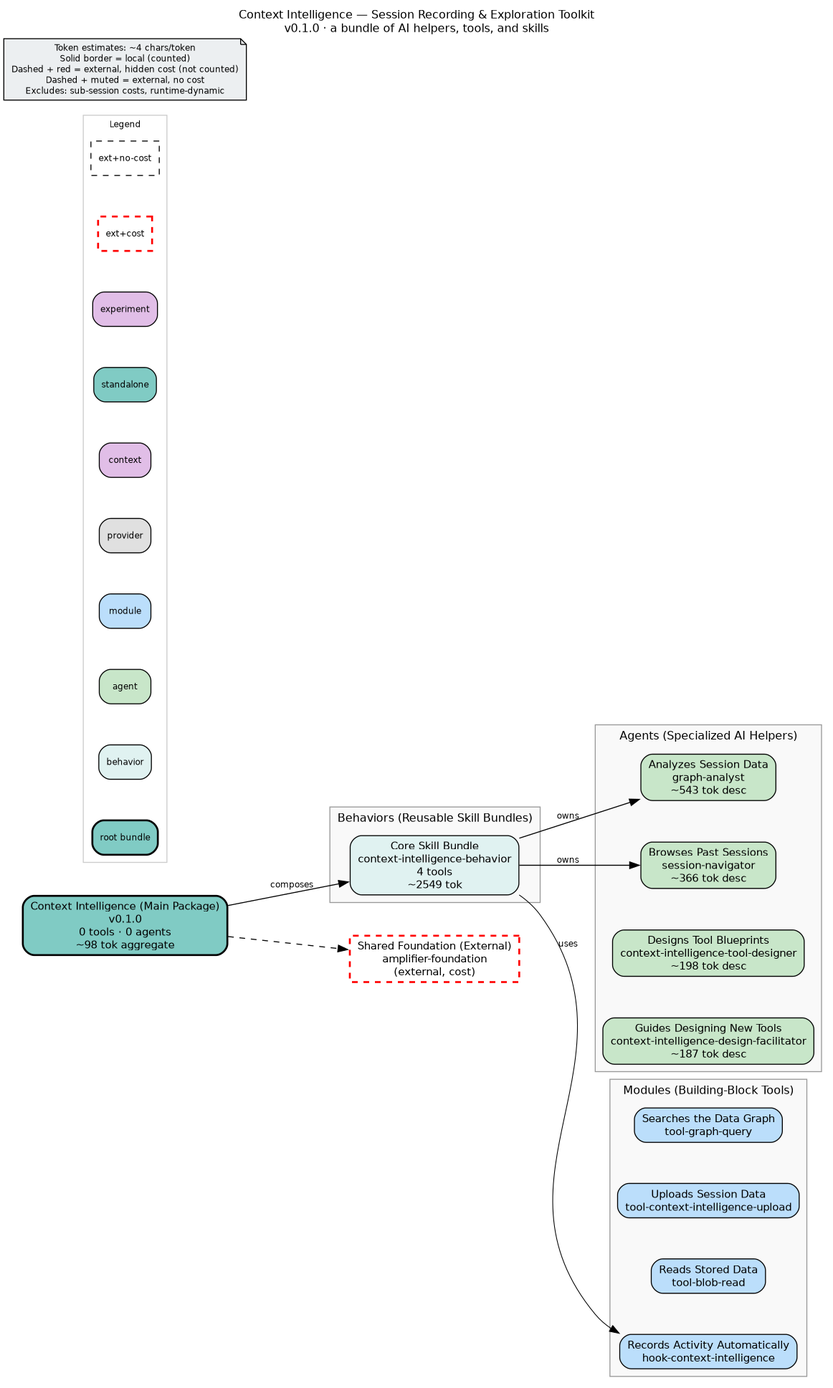
This is bundle.png from microsoft/amplifier-bundle-context-intelligence, a Graphviz export, as it was before one commit. Its source is kept beside it as bundle.dot.
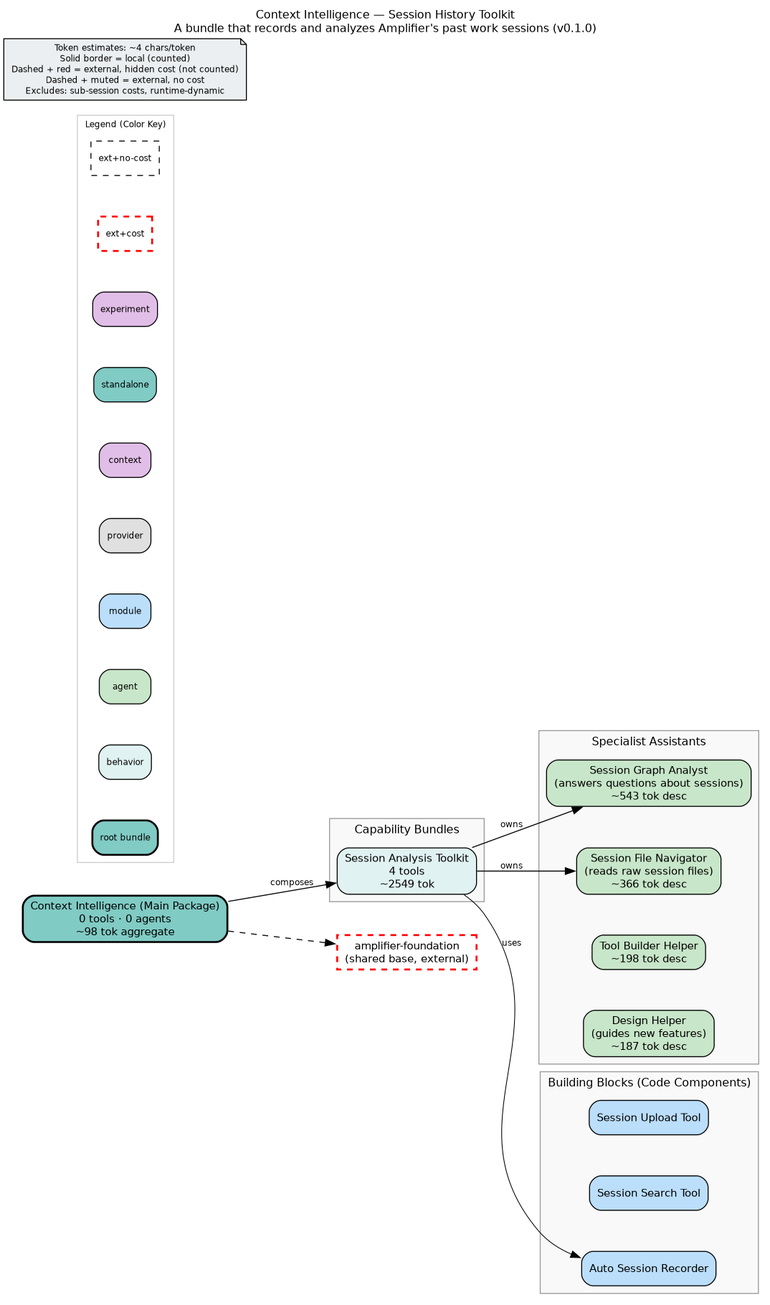
The same file after the commit.

Change to the diagram source:
```diff
@@ -2,54 +2,53 @@
     rankdir=LR
     fontname="Helvetica"
     fontsize=12
-    label="Context Intelligence — Session Recording & Exploration Toolkit\nv0.1.0 · a bundle of AI helpers, tools, and skills"
+    label="Context Intelligence — Session History Toolkit\nA bundle that records and analyzes Amplifier's past work sessions (v0.1.0)"
     labelloc=t
     labeljust=c
     nodesep=0.6
     ranksep=0.7
     bgcolor="white"
-    source_hash="7758e3d982ed1c85e71f0883ab4ac4596d336fd517ba1192e2580fbe98c220d2"
+    source_hash="4636e62f1ae10ff3f60e2b22dcb755c49a7851ad51669ebb1fcb900c54a33559"
 
     node [fontname="Helvetica", fontsize=11, style="filled,rounded"]
     edge [fontname="Helvetica", fontsize=9]
 
-    root_context_intelligence [label="Context Intelligence (Main Package)\nv0.1.0\n0 tools · 0 agents\n~98 tok aggregate", shape=box, fillcolor="#80cbc4", style="filled,rounded,bold", penwidth=2]
+    root_context_intelligence [label="Context Intelligence (Main Package)\n0 tools · 0 agents\n~98 tok aggregate", shape=box, fillcolor="#80cbc4", style="filled,rounded,bold", penwidth=2]
 
     subgraph cluster_behaviors {
-        label="Behaviors (Reusable Skill Bundles)"
+        label="Capability Bundles"
         style="filled"
         fillcolor="#f9f9f9"
         color="#999999"
 
-        beh_context_intelligence_behavior [label="Core Skill Bundle\ncontext-intelligence-behavior\n4 tools\n~2549 tok", shape=box, fillcolor="#e0f2f1", style="filled,rounded"]
+        beh_context_intelligence_behavior [label="Session Analysis Toolkit\n4 tools\n~2549 tok", shape=box, fillcolor="#e0f2f1", style="filled,rounded"]
     }
 
     subgraph cluster_agents {
-        label="Agents (Specialized AI Helpers)"
+        label="Specialist Assistants"
         style="filled"
         fillcolor="#f9f9f9"
         color="#999999"
 
-        agt_context_intelligence_design_facilitator [label="Guides Designing New Tools\ncontext-intelligence-design-facilitator\n~187 tok desc", shape=box, fillcolor="#c8e6c9", style="filled,rounded"]
-        agt_context_intelligence_tool_designer [label="Designs Tool Blueprints\ncontext-intelligence-tool-designer\n~198 tok desc", shape=box, fillcolor="#c8e6c9", style="filled,rounded"]
-        agt_graph_analyst [label="Analyzes Session Data\ngraph-analyst\n~543 tok desc", shape=box, fillcolor="#c8e6c9", style="filled,rounded"]
-        agt_session_navigator [label="Browses Past Sessions\nsession-navigator\n~366 tok desc", shape=box, fillcolor="#c8e6c9", style="filled,rounded"]
+        agt_context_intelligence_design_facilitator [label="Design Helper\n(guides new features)\n~187 tok desc", shape=box, fillcolor="#c8e6c9", style="filled,rounded"]
+        agt_context_intelligence_tool_designer [label="Tool Builder Helper\n~198 tok desc", shape=box, fillcolor="#c8e6c9", style="filled,rounded"]
+        agt_graph_analyst [label="Session Graph Analyst\n(answers questions about sessions)\n~543 tok desc", shape=box, fillcolor="#c8e6c9", style="filled,rounded"]
+        agt_session_navigator [label="Session File Navigator\n(reads raw session files)\n~366 tok desc", shape=box, fillcolor="#c8e6c9", style="filled,rounded"]
     }
 
     subgraph cluster_modules {
-        label="Modules (Building-Block Tools)"
+        label="Building Blocks (Code Components)"
         style="filled"
         fillcolor="#f9f9f9"
         color="#999999"
 
-        mod_hook_context_intelligence [label="Records Activity Automatically\nhook-context-intelligence", shape=box, fillcolor="#bbdefb", style="filled,rounded"]
-        mod_tool_blob_read [label="Reads Stored Data\ntool-blob-read", shape=box, fillcolor="#bbdefb", style="filled,rounded"]
-        mod_tool_context_intelligence_upload [label="Uploads Session Data\ntool-context-intelligence-upload", shape=box, fillcolor="#bbdefb", style="filled,rounded"]
-        mod_tool_graph_query [label="Searches the Data Graph\ntool-graph-query", shape=box, fillcolor="#bbdefb", style="filled,rounded"]
+        mod_hook_context_intelligence [label="Auto Session Recorder", shape=box, fillcolor="#bbdefb", style="filled,rounded"]
+        mod_tool_context_intelligence_query [label="Session Search Tool", shape=box, fillcolor="#bbdefb", style="filled,rounded"]
+        mod_tool_context_intelligence_upload [label="Session Upload Tool", shape=box, fillcolor="#bbdefb", style="filled,rounded"]
     }
 
     subgraph cluster_legend {
-        label="Legend"
+        label="Legend (Color Key)"
         style="filled"
         fillcolor="white"
         color="#cccccc"
@@ -69,7 +68,7 @@
 
     disclaimer [label="Token estimates: ~4 chars/token\nSolid border = local (counted)\nDashed + red = external, hidden cost (not counted)\nDashed + muted = external, no cost\nExcludes: sub-session costs, runtime-dynamic", shape=note, fillcolor="#eceff1", style="filled", fontsize=9]
 
-    ext_githttps___github_com_microsoft_amplifier_foundation_main [label="Shared Foundation (External)\namplifier-foundation\n(external, cost)", shape=box, fillcolor="#80cbc4", style="dashed", color="red", penwidth=2]
+    ext_githttps___github_com_microsoft_amplifier_foundation_main [label="amplifier-foundation\n(shared base, external)", shape=box, fillcolor="#80cbc4", style="dashed", color="red", penwidth=2]
 
     root_context_intelligence -> ext_githttps___github_com_microsoft_amplifier_foundation_main [style=dashed]
     root_context_intelligence -> beh_context_intelligence_behavior [label="composes"]
```
